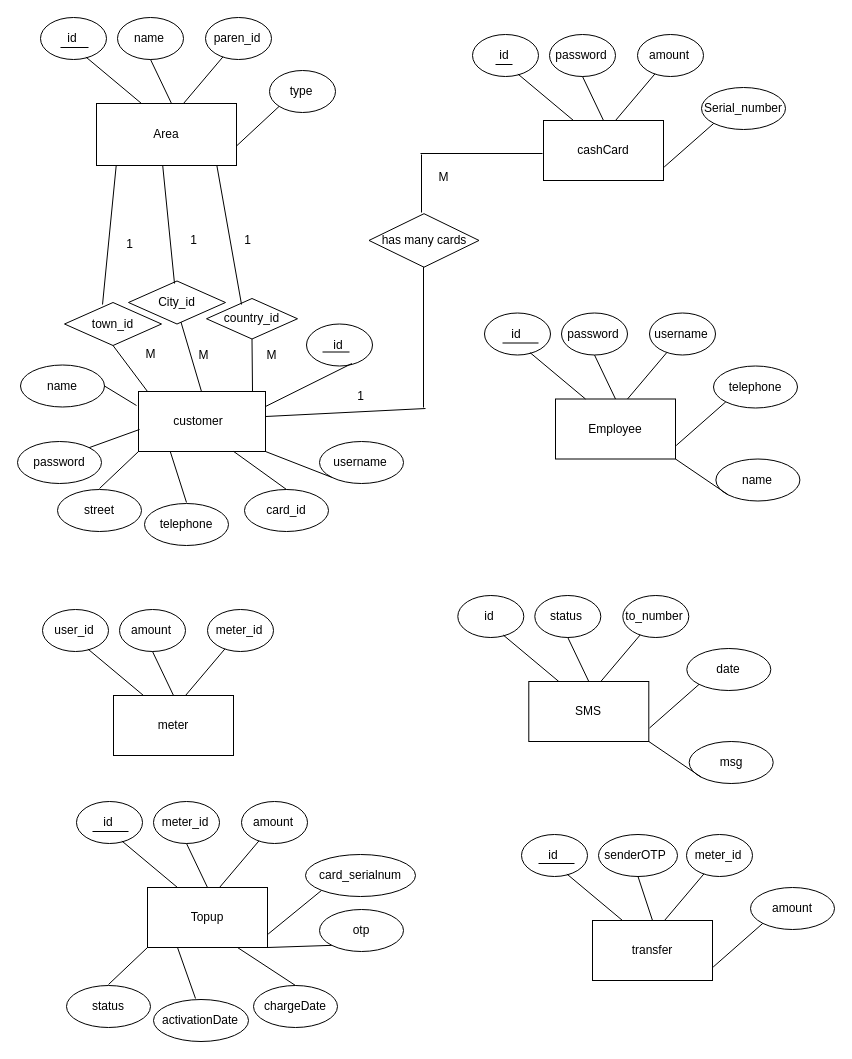
This is Untitled Diagram (2).drawio from shamaabuhassan/Charts, a draw.io file, before an edit. Source tidied: cells renumbered, new cells numbered last; positions are measured from the earlier drawing's top-left corner, leaving out a move shared by most shapes. Both pictures are drawn from the tidied source at 100%, with x=0, y=0 at pixel (17, 17).
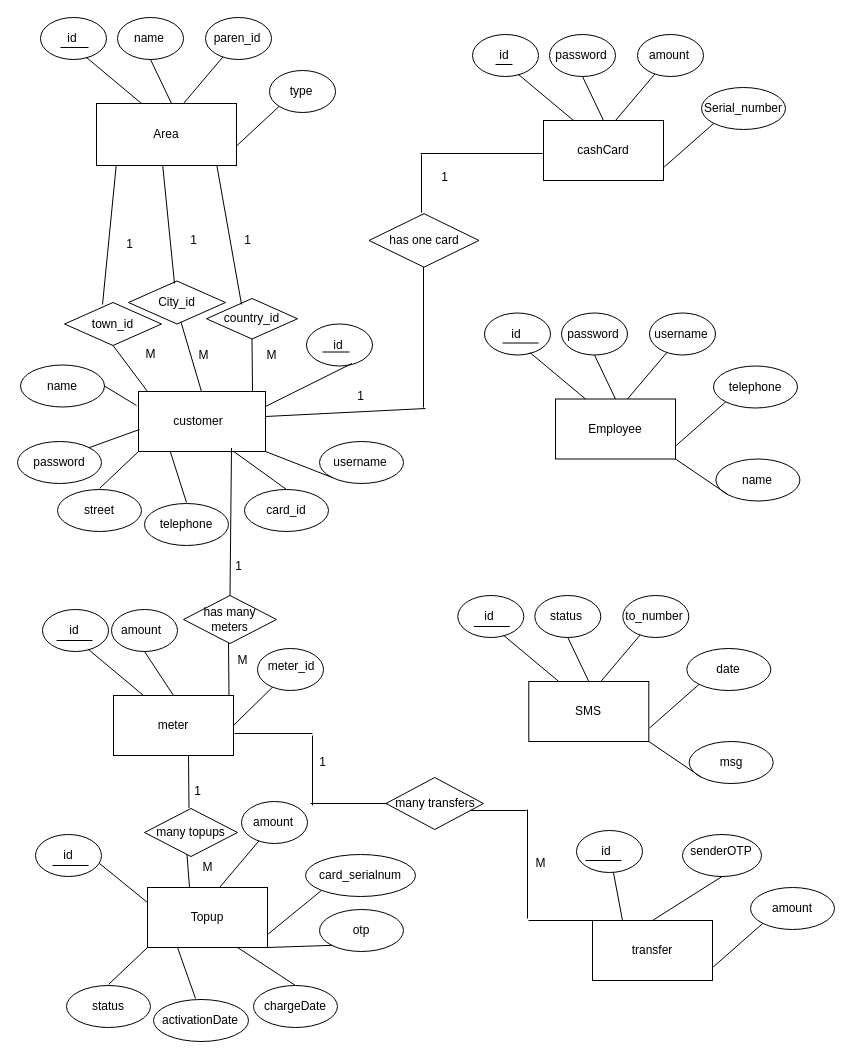
The same diagram, later.

Unchanged cells that the change refers to:
```xml
<mxCell id="65" style="rounded=0;whiteSpace=wrap;html=1;" parent="1" vertex="1">
  <mxGeometry x="96" y="678" width="120" height="60" as="geometry" />
</mxCell>
<mxCell id="93" style="rounded=0;whiteSpace=wrap;html=1;" parent="1" vertex="1">
  <mxGeometry x="130" y="870" width="120" height="60" as="geometry" />
</mxCell>
<mxCell id="119" style="rounded=0;whiteSpace=wrap;html=1;" parent="1" vertex="1">
  <mxGeometry x="575" y="903" width="120" height="60" as="geometry" />
</mxCell>
```

Change to the diagram source:
```diff
@@
-    <mxCell id="68" value="user_id" style="text;html=1;strokeColor=none;fillColor=none;align=center;verticalAlign=middle;whiteSpace=wrap;rounded=0;" parent="1" vertex="1">
+    <mxCell id="68" value="id" style="text;html=1;strokeColor=none;fillColor=none;align=center;verticalAlign=middle;whiteSpace=wrap;rounded=0;" parent="1" vertex="1">
       <mxGeometry x="37" y="603" width="40" height="20" as="geometry" />
     </mxCell>
     <mxCell id="69" style="ellipse;whiteSpace=wrap;html=1;" parent="1" vertex="1">
-      <mxGeometry x="102" y="592" width="66" height="42" as="geometry" />
+      <mxGeometry x="94" y="592" width="66" height="42" as="geometry" />
     </mxCell>
     <mxCell id="70" value="amount" style="text;html=1;strokeColor=none;fillColor=none;align=center;verticalAlign=middle;whiteSpace=wrap;rounded=0;" parent="1" vertex="1">
-      <mxGeometry x="114" y="603" width="40" height="20" as="geometry" />
+      <mxGeometry x="104" y="603" width="40" height="20" as="geometry" />
     </mxCell>
     <mxCell id="71" style="ellipse;whiteSpace=wrap;html=1;" parent="1" vertex="1">
-      <mxGeometry x="190" y="592" width="66" height="42" as="geometry" />
+      <mxGeometry x="240" y="631" width="66" height="42" as="geometry" />
     </mxCell>
     <mxCell id="72" value="meter_id" style="text;html=1;strokeColor=none;fillColor=none;align=center;verticalAlign=middle;whiteSpace=wrap;rounded=0;" parent="1" vertex="1">
-      <mxGeometry x="202" y="603" width="40" height="20" as="geometry" />
+      <mxGeometry x="254" y="639" width="40" height="20" as="geometry" />
     </mxCell>
-    <mxCell id="73" style="endArrow=none;html=1;" parent="1" edge="1" target="71">
-      <mxGeometry relative="1" as="geometry">
-        <mxPoint x="168" y="678" as="sourcePoint" />
-      </mxGeometry>
+    <mxCell id="73" style="endArrow=none;html=1;exitX=1;exitY=0.5;exitDx=0;exitDy=0;" parent="1" edge="1" source="65" target="71">
+      <mxGeometry relative="1" as="geometry" />
     </mxCell>
@@
     <mxCell id="95" style="ellipse;whiteSpace=wrap;html=1;" parent="1" vertex="1">
-      <mxGeometry x="59" y="784" width="66" height="42" as="geometry" />
+      <mxGeometry x="18" y="817" width="66" height="42" as="geometry" />
     </mxCell>
     <mxCell id="96" value="id" style="text;html=1;strokeColor=none;fillColor=none;align=center;verticalAlign=middle;whiteSpace=wrap;rounded=0;" parent="1" vertex="1">
-      <mxGeometry x="71" y="795" width="40" height="20" as="geometry" />
+      <mxGeometry x="31" y="828" width="40" height="20" as="geometry" />
     </mxCell>
-    <mxCell id="97" style="ellipse;whiteSpace=wrap;html=1;" parent="1" vertex="1">
-      <mxGeometry x="136" y="784" width="66" height="42" as="geometry" />
-    </mxCell>
-    <mxCell id="98" value="meter_id" style="text;html=1;strokeColor=none;fillColor=none;align=center;verticalAlign=middle;whiteSpace=wrap;rounded=0;" parent="1" vertex="1">
-      <mxGeometry x="148" y="795" width="40" height="20" as="geometry" />
-    </mxCell>
@@
-    <mxCell id="105" style="endArrow=none;html=1;exitX=0.5;exitY=0;exitDx=0;exitDy=0;entryX=0.5;entryY=1;entryDx=0;entryDy=0;" parent="1" edge="1" source="93" target="97">
-      <mxGeometry relative="1" as="geometry" />
+    <mxCell id="105" style="endArrow=none;html=1;exitX=0.35;exitY=0;exitDx=0;exitDy=0;exitPerimeter=0;" parent="1" edge="1" source="93">
+      <mxGeometry relative="1" as="geometry">
+        <mxPoint x="169" y="831" as="targetPoint" />
+      </mxGeometry>
     </mxCell>
-    <mxCell id="106" style="endArrow=none;html=1;exitX=0.25;exitY=0;exitDx=0;exitDy=0;" parent="1" edge="1" source="93">
-      <mxGeometry relative="1" as="geometry">
-        <mxPoint x="104.4" y="823.5" as="targetPoint" />
-      </mxGeometry>
+    <mxCell id="106" style="endArrow=none;html=1;exitX=0;exitY=0.25;exitDx=0;exitDy=0;entryX=0.97;entryY=0.69;entryDx=0;entryDy=0;entryPerimeter=0;" parent="1" edge="1" source="93" target="95">
+      <mxGeometry relative="1" as="geometry" />
     </mxCell>
@@
     <mxCell id="121" style="ellipse;whiteSpace=wrap;html=1;" parent="1" vertex="1">
-      <mxGeometry x="504" y="817" width="66" height="42" as="geometry" />
+      <mxGeometry x="559" y="813" width="66" height="42" as="geometry" />
     </mxCell>
     <mxCell id="122" value="id" style="text;html=1;strokeColor=none;fillColor=none;align=center;verticalAlign=middle;whiteSpace=wrap;rounded=0;" parent="1" vertex="1">
-      <mxGeometry x="516" y="828" width="40" height="20" as="geometry" />
+      <mxGeometry x="569.3" y="824" width="40" height="20" as="geometry" />
     </mxCell>
     <mxCell id="123" style="ellipse;whiteSpace=wrap;html=1;" parent="1" vertex="1">
-      <mxGeometry x="581" y="817" width="79" height="42" as="geometry" />
+      <mxGeometry x="665" y="817" width="79" height="42" as="geometry" />
     </mxCell>
     <mxCell id="124" value="senderOTP" style="text;html=1;strokeColor=none;fillColor=none;align=center;verticalAlign=middle;whiteSpace=wrap;rounded=0;" parent="1" vertex="1">
-      <mxGeometry x="598" y="828" width="40" height="20" as="geometry" />
+      <mxGeometry x="684" y="824" width="40" height="20" as="geometry" />
     </mxCell>
-    <mxCell id="125" style="ellipse;whiteSpace=wrap;html=1;" parent="1" vertex="1">
-      <mxGeometry x="669" y="817" width="66" height="42" as="geometry" />
-    </mxCell>
-    <mxCell id="126" value="meter_id" style="text;html=1;strokeColor=none;fillColor=none;align=center;verticalAlign=middle;whiteSpace=wrap;rounded=0;" parent="1" vertex="1">
-      <mxGeometry x="681" y="828" width="40" height="20" as="geometry" />
-    </mxCell>
@@
-    <mxCell id="129" style="endArrow=none;html=1;" parent="1" edge="1" target="125">
+    <mxCell id="129" style="endArrow=none;html=1;entryX=0;entryY=0;entryDx=0;entryDy=0;" parent="1" edge="1" target="119">
       <mxGeometry relative="1" as="geometry">
-        <mxPoint x="647" y="903" as="sourcePoint" />
+        <mxPoint x="511" y="903" as="sourcePoint" />
       </mxGeometry>
     </mxCell>
@@
-    <mxCell id="132" style="endArrow=none;html=1;exitX=0.25;exitY=0;exitDx=0;exitDy=0;" parent="1" edge="1" source="119">
-      <mxGeometry relative="1" as="geometry">
-        <mxPoint x="549.4" y="856.5" as="targetPoint" />
-      </mxGeometry>
+    <mxCell id="132" style="endArrow=none;html=1;exitX=0.25;exitY=0;exitDx=0;exitDy=0;" parent="1" edge="1" source="119" target="121">
+      <mxGeometry relative="1" as="geometry" />
     </mxCell>
@@
     <mxCell id="135" style="endArrow=none;html=1;" parent="1" edge="1">
       <mxGeometry relative="1" as="geometry">
-        <mxPoint x="75" y="814" as="sourcePoint" />
-        <mxPoint x="111" y="814" as="targetPoint" />
+        <mxPoint x="35" y="848" as="sourcePoint" />
+        <mxPoint x="71" y="848" as="targetPoint" />
       </mxGeometry>
     </mxCell>
     <mxCell id="136" style="endArrow=none;html=1;" parent="1" edge="1">
       <mxGeometry relative="1" as="geometry">
-        <mxPoint x="521" y="846" as="sourcePoint" />
-        <mxPoint x="557" y="846" as="targetPoint" />
+        <mxPoint x="568" y="843" as="sourcePoint" />
+        <mxPoint x="604" y="843" as="targetPoint" />
       </mxGeometry>
     </mxCell>
@@
-    <mxCell id="161" value="has many cards" style="shape=rhombus;perimeter=rhombusPerimeter;whiteSpace=wrap;html=1;align=center;" parent="1" vertex="1">
+    <mxCell id="161" value="has one card" style="shape=rhombus;perimeter=rhombusPerimeter;whiteSpace=wrap;html=1;align=center;" parent="1" vertex="1">
       <mxGeometry x="351.5" y="196.2" width="110" height="53.5" as="geometry" />
     </mxCell>
@@
-    <mxCell id="164" value="M" style="text;html=1;align=center;verticalAlign=middle;" parent="1" vertex="1">
-      <mxGeometry x="416" y="151" width="20" height="18" as="geometry" />
+    <mxCell id="164" value="1" style="text;html=1;align=center;verticalAlign=middle;" parent="1" vertex="1">
+      <mxGeometry x="418" y="151" width="17" height="18" as="geometry" />
     </mxCell>
+    <mxCell id="165" style="endArrow=none;html=1;" parent="1" edge="1">
+      <mxGeometry relative="1" as="geometry">
+        <mxPoint x="39" y="623" as="sourcePoint" />
+        <mxPoint x="75" y="623" as="targetPoint" />
+      </mxGeometry>
+    </mxCell>
+    <mxCell id="166" style="endArrow=none;html=1;" parent="1" edge="1">
+      <mxGeometry relative="1" as="geometry">
+        <mxPoint x="456.3" y="609" as="sourcePoint" />
+        <mxPoint x="492.3" y="609" as="targetPoint" />
+      </mxGeometry>
+    </mxCell>
+    <mxCell id="167" style="endArrow=none;html=1;rounded=0;entryX=0.5;entryY=0;entryDx=0;entryDy=0;exitX=0.5;exitY=1;exitDx=0;exitDy=0;" parent="1" edge="1">
+      <mxGeometry relative="1" as="geometry">
+        <mxPoint x="211" y="625.5" as="sourcePoint" />
+        <mxPoint x="211.5" y="678" as="targetPoint" />
+      </mxGeometry>
+    </mxCell>
+    <mxCell id="168" value="1" style="text;html=1;align=center;verticalAlign=middle;" parent="1" vertex="1">
+      <mxGeometry x="212.5" y="540" width="17" height="18" as="geometry" />
+    </mxCell>
+    <mxCell id="169" value="has many meters" style="shape=rhombus;perimeter=rhombusPerimeter;whiteSpace=wrap;html=1;align=center;" parent="1" vertex="1">
+      <mxGeometry x="166" y="578" width="93" height="48" as="geometry" />
+    </mxCell>
+    <mxCell id="170" value="M" style="text;html=1;align=center;verticalAlign=middle;" parent="1" vertex="1">
+      <mxGeometry x="215" y="634" width="20" height="18" as="geometry" />
+    </mxCell>
+    <mxCell id="171" style="endArrow=none;html=1;rounded=0;exitX=0.5;exitY=1;exitDx=0;exitDy=0;entryX=0.5;entryY=0;entryDx=0;entryDy=0;" parent="1" edge="1" target="169">
+      <mxGeometry relative="1" as="geometry">
+        <mxPoint x="214" y="430.5" as="sourcePoint" />
+      </mxGeometry>
+    </mxCell>
+    <mxCell id="172" value="M" style="text;html=1;align=center;verticalAlign=middle;" parent="1" vertex="1">
+      <mxGeometry x="180" y="841" width="20" height="18" as="geometry" />
+    </mxCell>
+    <mxCell id="173" value="many topups" style="shape=rhombus;perimeter=rhombusPerimeter;whiteSpace=wrap;html=1;align=center;" parent="1" vertex="1">
+      <mxGeometry x="127" y="791" width="93" height="48" as="geometry" />
+    </mxCell>
+    <mxCell id="174" style="endArrow=none;html=1;rounded=0;entryX=0.5;entryY=0;entryDx=0;entryDy=0;exitX=0.5;exitY=1;exitDx=0;exitDy=0;" parent="1" edge="1">
+      <mxGeometry relative="1" as="geometry">
+        <mxPoint x="171" y="738" as="sourcePoint" />
+        <mxPoint x="171.5" y="790.5" as="targetPoint" />
+      </mxGeometry>
+    </mxCell>
+    <mxCell id="175" value="1&lt;br&gt;" style="text;html=1;align=center;verticalAlign=middle;" parent="1" vertex="1">
+      <mxGeometry x="171" y="765" width="17" height="18" as="geometry" />
+    </mxCell>
+    <mxCell id="176" style="endArrow=none;html=1;rounded=0;" parent="1" edge="1">
+      <mxGeometry relative="1" as="geometry">
+        <mxPoint x="510" y="792" as="sourcePoint" />
+        <mxPoint x="510" y="901" as="targetPoint" />
+      </mxGeometry>
+    </mxCell>
+    <mxCell id="177" style="endArrow=none;html=1;rounded=0;" parent="1" edge="1">
+      <mxGeometry relative="1" as="geometry">
+        <mxPoint x="427" y="793" as="sourcePoint" />
+        <mxPoint x="509" y="793" as="targetPoint" />
+      </mxGeometry>
+    </mxCell>
+    <mxCell id="178" value="many transfers" style="shape=rhombus;perimeter=rhombusPerimeter;whiteSpace=wrap;html=1;align=center;" parent="1" vertex="1">
+      <mxGeometry x="368.5" y="760" width="97.5" height="52" as="geometry" />
+    </mxCell>
+    <mxCell id="179" style="endArrow=none;html=1;rounded=0;" parent="1" edge="1">
+      <mxGeometry relative="1" as="geometry">
+        <mxPoint x="293" y="786" as="sourcePoint" />
+        <mxPoint x="370" y="786" as="targetPoint" />
+      </mxGeometry>
+    </mxCell>
+    <mxCell id="180" style="endArrow=none;html=1;rounded=0;" parent="1" edge="1">
+      <mxGeometry relative="1" as="geometry">
+        <mxPoint x="295" y="718" as="sourcePoint" />
+        <mxPoint x="295" y="788" as="targetPoint" />
+      </mxGeometry>
+    </mxCell>
+    <mxCell id="181" style="endArrow=none;html=1;rounded=0;" parent="1" edge="1">
+      <mxGeometry relative="1" as="geometry">
+        <mxPoint x="217" y="716" as="sourcePoint" />
+        <mxPoint x="295" y="716" as="targetPoint" />
+      </mxGeometry>
+    </mxCell>
+    <mxCell id="182" value="M" style="text;html=1;align=center;verticalAlign=middle;" parent="1" vertex="1">
+      <mxGeometry x="513" y="837" width="20" height="18" as="geometry" />
+    </mxCell>
+    <mxCell id="183" value="1" style="text;html=1;align=center;verticalAlign=middle;" parent="1" vertex="1">
+      <mxGeometry x="296" y="736" width="17" height="18" as="geometry" />
+    </mxCell>
```
